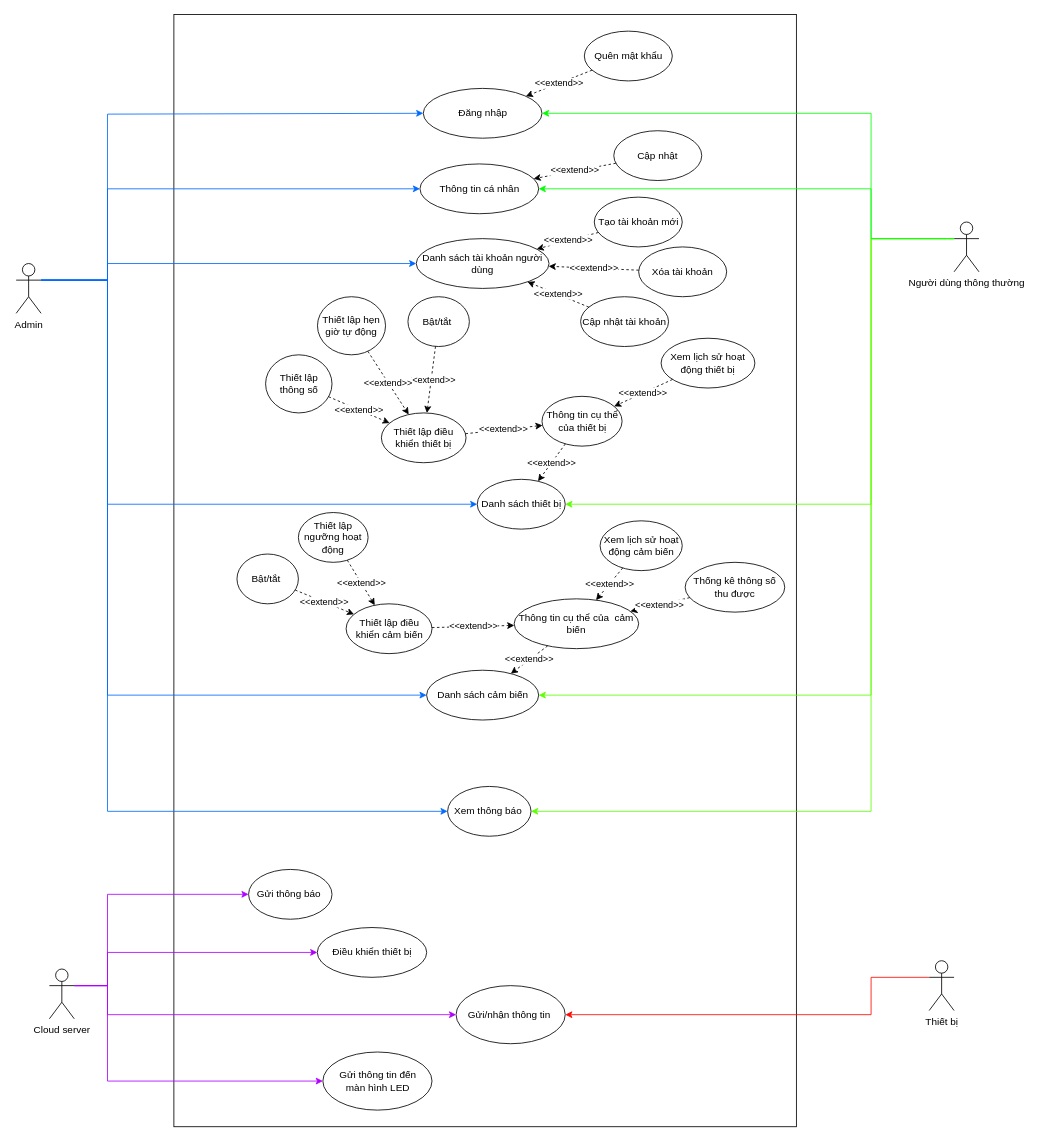
astr0tas/Smart-Home-CNPM keeps this draw.io diagram as Week 2/Use case diagram.drawio. Above is the earlier version. Source tidied: cells renumbered, new cells numbered last; positions are measured from the earlier drawing's top-left corner, leaving out a move shared by most shapes. Both pictures are drawn from the tidied source at 83%, with x=0, y=0 at pixel (16, 14).
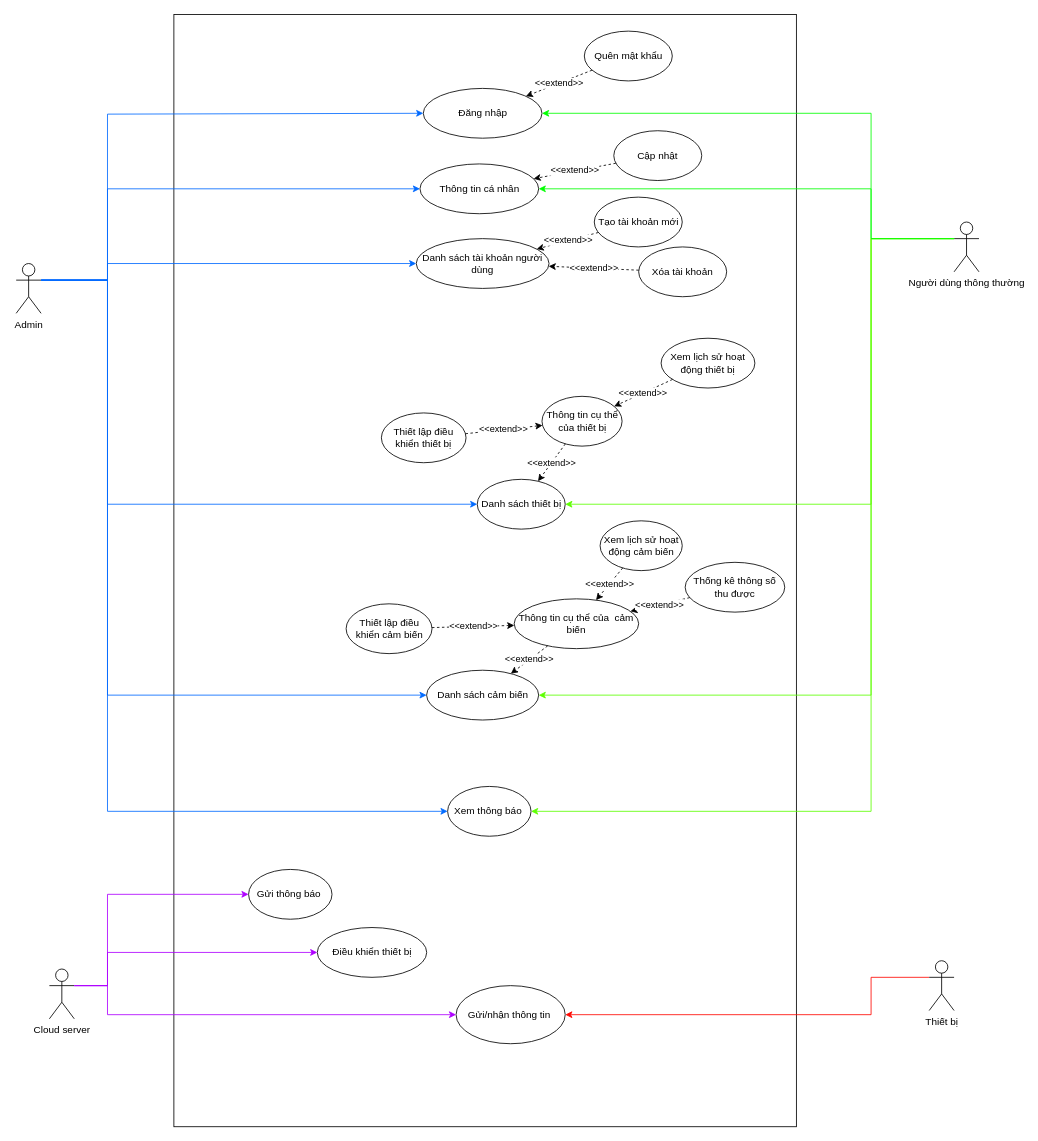
The same diagram, later.

The change refers to these unchanged cells:
```xml
<mxCell id="17" value="Danh sách tài khoản người dùng" style="ellipse;whiteSpace=wrap;html=1;" parent="1" vertex="1">
  <mxGeometry x="482" y="270" width="160" height="60" as="geometry" />
</mxCell>
<mxCell id="30" value="Cloud server" style="shape=umlActor;verticalLabelPosition=bottom;verticalAlign=top;html=1;outlineConnect=0;" parent="1" vertex="1">
  <mxGeometry x="40" y="1150" width="30" height="60" as="geometry" />
</mxCell>
<mxCell id="57" value="Thiết lập điều khiển thiết bị" style="ellipse;whiteSpace=wrap;html=1;" parent="1" vertex="1">
  <mxGeometry x="440" y="480" width="102" height="60" as="geometry" />
</mxCell>
<mxCell id="60" value="Thiết lập điều khiển cảm biến" style="ellipse;whiteSpace=wrap;html=1;" parent="1" vertex="1">
  <mxGeometry x="397.5" y="710" width="103.5" height="60" as="geometry" />
</mxCell>
```

Change to the diagram source:
```diff
@@
-    <mxCell id="7" value="Bật/tắt&amp;nbsp;" style="ellipse;whiteSpace=wrap;html=1;" parent="1" vertex="1">
-      <mxGeometry x="472" y="340" width="74" height="60" as="geometry" />
-    </mxCell>
-    <mxCell id="8" value="Thiết lập hẹn giờ tự động" style="ellipse;whiteSpace=wrap;html=1;" parent="1" vertex="1">
-      <mxGeometry x="363" y="340" width="82" height="70" as="geometry" />
-    </mxCell>
@@
-    <mxCell id="15" value="&amp;lt;&amp;lt;extend&amp;gt;&amp;gt;" style="endArrow=classic;html=1;rounded=0;dashed=1;" parent="1" edge="1" source="7" target="57">
-      <mxGeometry relative="1" as="geometry" />
-    </mxCell>
-    <mxCell id="16" value="&amp;lt;&amp;lt;extend&amp;gt;&amp;gt;" style="endArrow=classic;html=1;rounded=0;dashed=1;" parent="1" edge="1" source="8" target="57">
-      <mxGeometry relative="1" as="geometry" />
-    </mxCell>
@@
-    <mxCell id="19" value="Thiết lập thông số" style="ellipse;whiteSpace=wrap;html=1;" parent="1" vertex="1">
-      <mxGeometry x="300.5" y="410" width="80" height="70" as="geometry" />
-    </mxCell>
-    <mxCell id="20" value="&amp;lt;&amp;lt;extend&amp;gt;&amp;gt;" style="endArrow=classic;html=1;rounded=0;dashed=1;" parent="1" edge="1" source="19" target="57">
-      <mxGeometry relative="1" as="geometry" />
-    </mxCell>
@@
-    <mxCell id="41" value="Thiết lập ngưỡng hoạt động" style="ellipse;whiteSpace=wrap;html=1;" parent="1" vertex="1">
-      <mxGeometry x="340" y="600" width="84" height="60" as="geometry" />
-    </mxCell>
-    <mxCell id="42" value="Gửi thông tin đến&lt;br&gt;màn hình LED" style="ellipse;whiteSpace=wrap;html=1;" parent="1" vertex="1">
-      <mxGeometry x="369.5" y="1250" width="131.5" height="70" as="geometry" />
-    </mxCell>
-    <mxCell id="43" style="endArrow=classic;html=1;rounded=0;exitX=1;exitY=0.3333333333333333;exitDx=0;exitDy=0;exitPerimeter=0;entryX=0;entryY=0.5;entryDx=0;entryDy=0;fillColor=#e1d5e7;strokeColor=#ae00ff;edgeStyle=orthogonalEdgeStyle;" parent="1" edge="1" source="30" target="42">
-      <mxGeometry relative="1" as="geometry">
-        <Array as="points">
-          <mxPoint x="70" y="1170" />
-          <mxPoint x="110" y="1170" />
-          <mxPoint x="110" y="1285" />
-        </Array>
-      </mxGeometry>
-    </mxCell>
@@
-    <mxCell id="49" value="&amp;lt;&amp;lt;extend&amp;gt;&amp;gt;" style="endArrow=classic;html=1;rounded=0;dashed=1;" parent="1" edge="1" source="41" target="60">
-      <mxGeometry relative="1" as="geometry" />
-    </mxCell>
@@
-    <mxCell id="59" value="Bật/tắt&amp;nbsp;" style="ellipse;whiteSpace=wrap;html=1;" parent="1" vertex="1">
-      <mxGeometry x="266" y="650" width="74" height="60" as="geometry" />
-    </mxCell>
@@
-    <mxCell id="62" value="&amp;lt;&amp;lt;extend&amp;gt;&amp;gt;" style="endArrow=classic;html=1;rounded=0;dashed=1;" parent="1" edge="1" source="59" target="60">
-      <mxGeometry relative="1" as="geometry" />
-    </mxCell>
@@
-    <mxCell id="65" value="Cập nhật tài khoản" style="ellipse;whiteSpace=wrap;html=1;" parent="1" vertex="1">
-      <mxGeometry x="680" y="340" width="106" height="60" as="geometry" />
-    </mxCell>
-    <mxCell id="66" value="&amp;lt;&amp;lt;extend&amp;gt;&amp;gt;" style="endArrow=classic;html=1;rounded=0;dashed=1;" parent="1" edge="1" source="65" target="17">
-      <mxGeometry relative="1" as="geometry" />
-    </mxCell>
```
